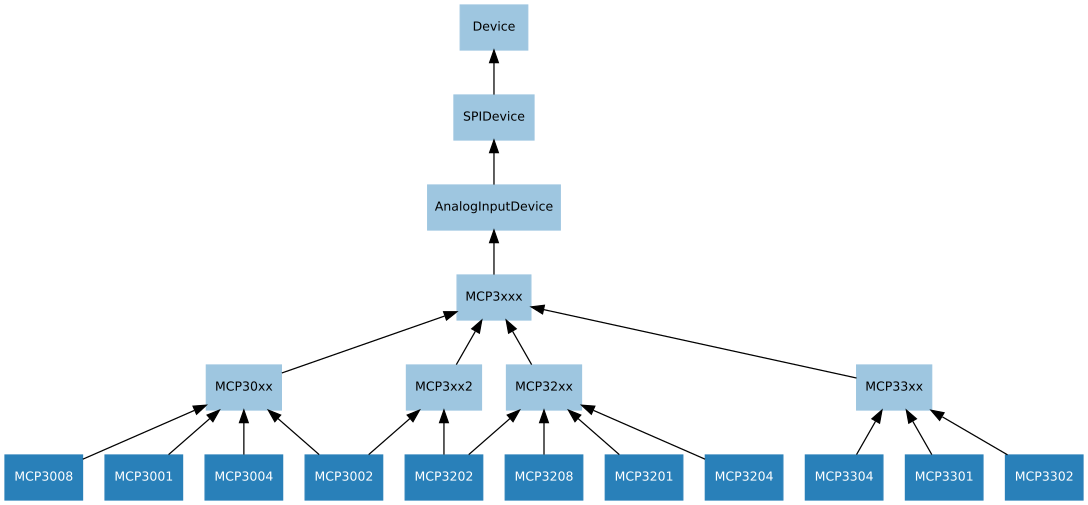
This is docs/images/spi_device_hierarchy.png from gpiozero/gpiozero, a Graphviz export, as it was before one commit. Its source is kept beside it as docs/images/spi_device_hierarchy.dot.
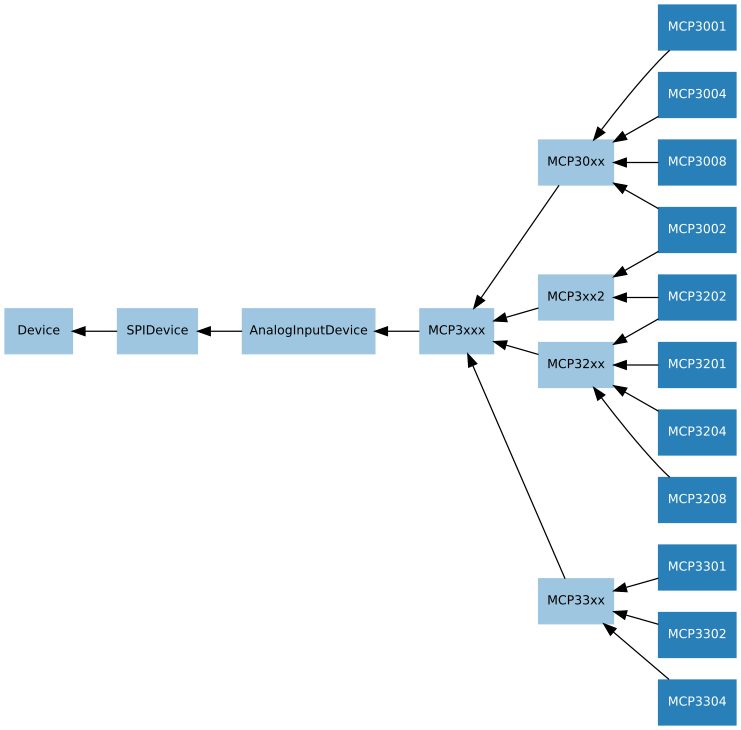
The same diagram one commit later.

Change to the diagram source:
```diff
@@ -1,5 +1,5 @@
 digraph classes {
-    graph [rankdir=BT];
+    graph [rankdir=RL];
     node [shape=rect, style=filled, fontname=Sans, fontsize=10];
     edge [];
 
```
